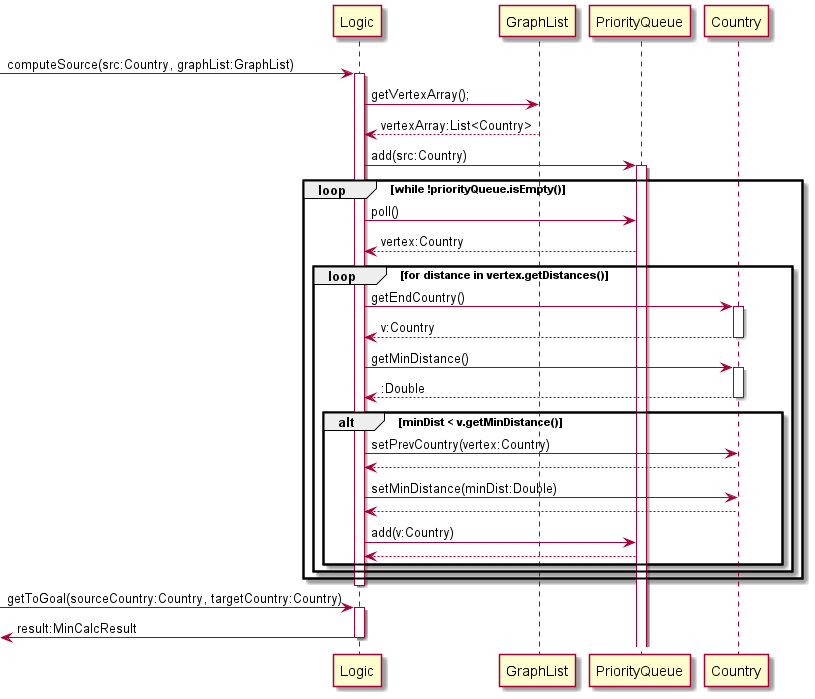
Above: docs/documentationPics/logic.png in nus-cs2113-AY2122S1/tp (PlantUML), before the change.
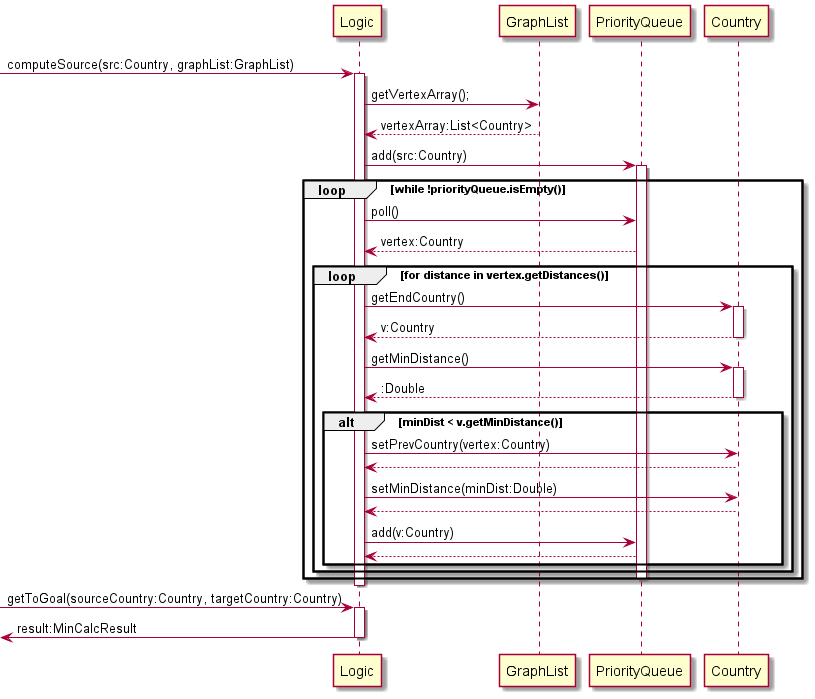
The same diagram one commit later.

Commit message:
UML dig error

Diff of the diagram source:
```diff
@@ -31,6 +31,7 @@
 PriorityQueue --> Logic
 end
 end
+deactivate PriorityQueue
 end
 
 deactivate Logic
```
